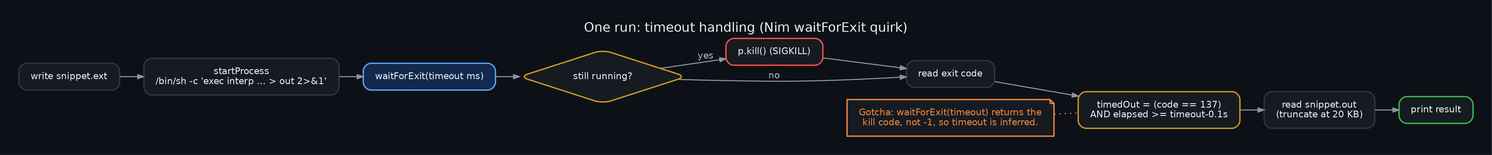
This is diagrams/03_run_lifecycle.png from danindiana/nim-compute-sandbox-tui, a Graphviz export, as it was before one commit. Its source is kept beside it as diagrams/03_run_lifecycle.dot. Its diagram source:
```dot
digraph life {
 graph [bgcolor="#0d1117", fontname="Helvetica", fontcolor="#e6edf3", labelloc="t", fontsize=20, pad=0.4];
 node [fontname="Helvetica", fontcolor="#e6edf3", color="#30363d", style="filled,rounded", shape=box, penwidth=2, margin="0.25,0.18", fillcolor="#161b22"];
 edge [color="#8b949e", fontname="Helvetica", fontcolor="#adbac7", penwidth=1.6, arrowsize=0.9]; rankdir=LR; label="One run: timeout handling (Nim waitForExit quirk)";
 a [label="write snippet.ext"]; b [label="startProcess\n/bin/sh -c 'exec interp ... > out 2>&1'"]; c [label="waitForExit(timeout ms)", color="#58a6ff", fillcolor="#13294d"];
 d [label="still running?", shape=diamond, color="#d29922"]; e [label="p.kill() (SIGKILL)", color="#f85149"]; f [label="read exit code"];
 g [label="timedOut = (code == 137)\nAND elapsed >= timeout-0.1s", color="#d29922"]; h [label="read snippet.out\n(truncate at 20 KB)"]; i [label="print result", color="#3fb950"];
 q [shape=note, color="#f0883e", fontcolor="#f0883e", label="Gotcha: waitForExit(timeout) returns the\nkill code, not -1, so timeout is inferred."];
 a->b->c->d; d->e [label="yes"]; d->f [label="no"]; e->f; f->g->h->i; q->g [style=dotted, arrowhead=none, color="#f0883e"];
}
```
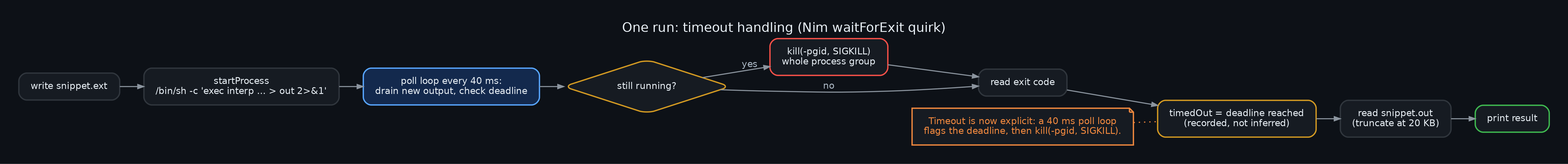
The same diagram one commit later.

Change to the diagram source:
```diff
@@ -2,9 +2,9 @@
  graph [bgcolor="#0d1117", fontname="Helvetica", fontcolor="#e6edf3", labelloc="t", fontsize=20, pad=0.4];
  node [fontname="Helvetica", fontcolor="#e6edf3", color="#30363d", style="filled,rounded", shape=box, penwidth=2, margin="0.25,0.18", fillcolor="#161b22"];
  edge [color="#8b949e", fontname="Helvetica", fontcolor="#adbac7", penwidth=1.6, arrowsize=0.9]; rankdir=LR; label="One run: timeout handling (Nim waitForExit quirk)";
- a [label="write snippet.ext"]; b [label="startProcess\n/bin/sh -c 'exec interp ... > out 2>&1'"]; c [label="waitForExit(timeout ms)", color="#58a6ff", fillcolor="#13294d"];
- d [label="still running?", shape=diamond, color="#d29922"]; e [label="p.kill() (SIGKILL)", color="#f85149"]; f [label="read exit code"];
- g [label="timedOut = (code == 137)\nAND elapsed >= timeout-0.1s", color="#d29922"]; h [label="read snippet.out\n(truncate at 20 KB)"]; i [label="print result", color="#3fb950"];
- q [shape=note, color="#f0883e", fontcolor="#f0883e", label="Gotcha: waitForExit(timeout) returns the\nkill code, not -1, so timeout is inferred."];
+ a [label="write snippet.ext"]; b [label="startProcess\n/bin/sh -c 'exec interp ... > out 2>&1'"]; c [label="poll loop every 40 ms:\ndrain new output, check deadline", color="#58a6ff", fillcolor="#13294d"];
+ d [label="still running?", shape=diamond, color="#d29922"]; e [label="kill(-pgid, SIGKILL)\nwhole process group", color="#f85149"]; f [label="read exit code"];
+ g [label="timedOut = deadline reached\n(recorded, not inferred)", color="#d29922"]; h [label="read snippet.out\n(truncate at 20 KB)"]; i [label="print result", color="#3fb950"];
+ q [shape=note, color="#f0883e", fontcolor="#f0883e", label="Timeout is now explicit: a 40 ms poll loop\nflags the deadline, then kill(-pgid, SIGKILL)."];
  a->b->c->d; d->e [label="yes"]; d->f [label="no"]; e->f; f->g->h->i; q->g [style=dotted, arrowhead=none, color="#f0883e"];
 }
```
